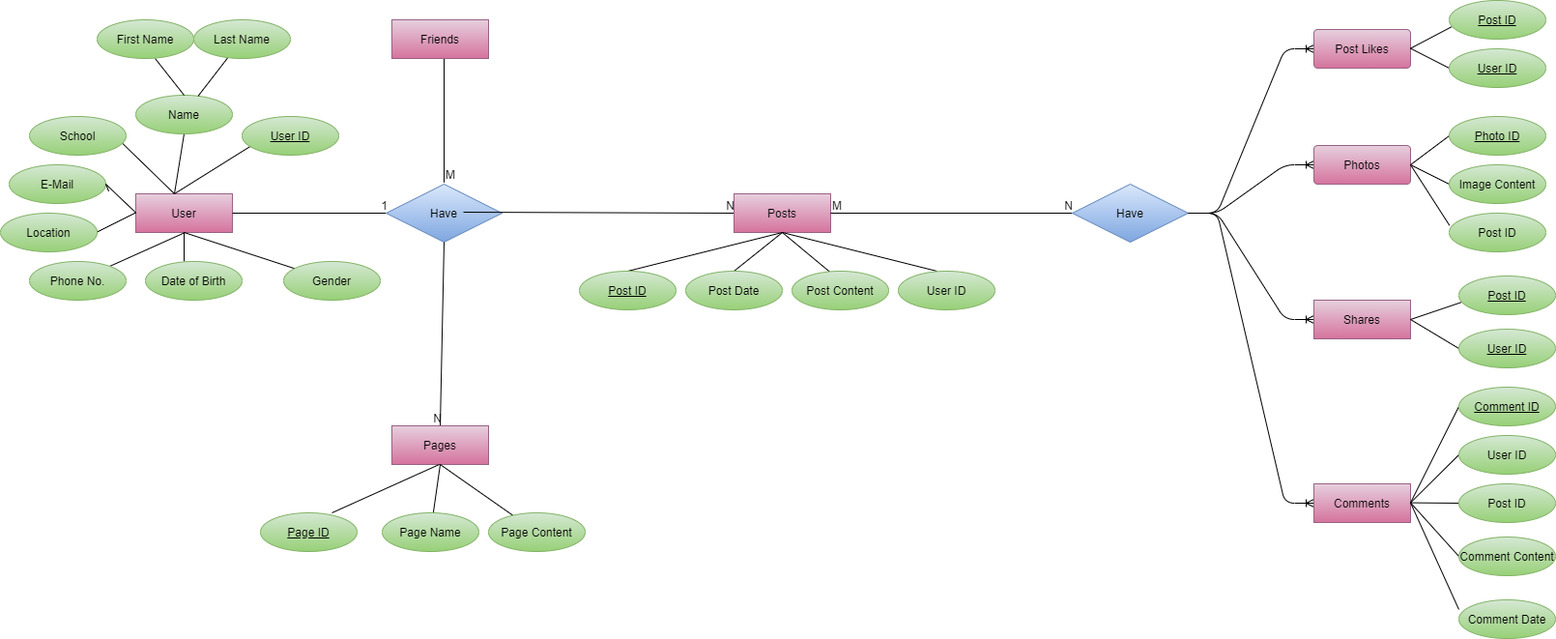
Above: ER Diagram/Social Media Database Management System.drawio.png in Abhishek4848/SocialMedia-Database-Management-System (draw.io), before the change. Source tidied: cells renumbered, new cells last; positions are measured from the earlier drawing's top-left corner, leaving out a move shared by most shapes.
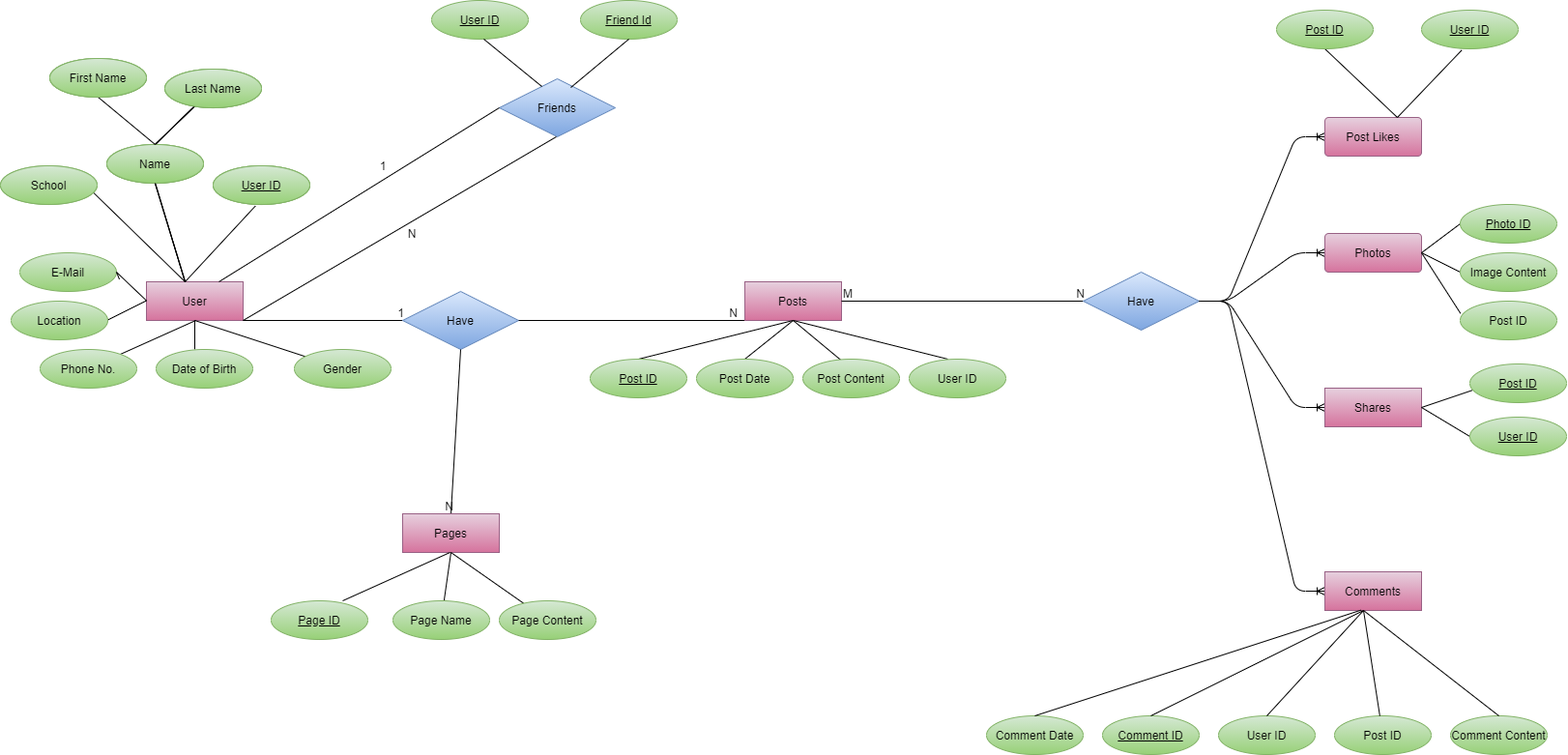
The same file after the commit.

What changed in the source:
```diff
@@ -5,14 +5,8 @@
     <mxCell id="2" value="User" style="whiteSpace=wrap;html=1;align=center;fillColor=#e6d0de;strokeColor=#996185;gradientColor=#d5739d;" parent="1" vertex="1">
       <mxGeometry x="140" y="200" width="100" height="40" as="geometry" />
     </mxCell>
-    <mxCell id="3" style="endArrow=none;html=1;rounded=0;" parent="1" edge="1">
-      <mxGeometry relative="1" as="geometry">
-        <mxPoint x="180" y="200" as="sourcePoint" />
-        <mxPoint x="260" y="150" as="targetPoint" />
-      </mxGeometry>
-    </mxCell>
     <mxCell id="4" value="User ID" style="ellipse;whiteSpace=wrap;html=1;align=center;fontStyle=4;fillColor=#d5e8d4;strokeColor=#82b366;gradientColor=#97d077;" parent="1" vertex="1">
-      <mxGeometry x="250" y="120" width="100" height="40" as="geometry" />
+      <mxGeometry x="209" y="80" width="100" height="40" as="geometry" />
     </mxCell>
     <mxCell id="5" style="endArrow=none;html=1;rounded=0;entryX=0.5;entryY=1;entryDx=0;entryDy=0;" parent="1" edge="1" target="6">
       <mxGeometry relative="1" as="geometry">
@@ -20,21 +14,16 @@
       </mxGeometry>
     </mxCell>
     <mxCell id="6" value="Name" style="ellipse;whiteSpace=wrap;html=1;align=center;fillColor=#d5e8d4;strokeColor=#82b366;gradientColor=#97d077;" parent="1" vertex="1">
-      <mxGeometry x="140" y="98" width="100" height="40" as="geometry" />
+      <mxGeometry x="99" y="58" width="100" height="40" as="geometry" />
     </mxCell>
     <mxCell id="7" style="endArrow=none;html=1;rounded=0;exitX=0.5;exitY=0;exitDx=0;exitDy=0;" parent="1" edge="1" source="6" target="8">
       <mxGeometry relative="1" as="geometry" />
     </mxCell>
     <mxCell id="8" value="Last Name" style="ellipse;whiteSpace=wrap;html=1;align=center;fillColor=#d5e8d4;strokeColor=#82b366;gradientColor=#97d077;" parent="1" vertex="1">
-      <mxGeometry x="200" y="20" width="100" height="40" as="geometry" />
+      <mxGeometry x="159" y="-20" width="100" height="40" as="geometry" />
     </mxCell>
-    <mxCell id="9" style="endArrow=none;html=1;rounded=0;entryX=0.5;entryY=0;entryDx=0;entryDy=0;" parent="1" edge="1" target="6">
-      <mxGeometry relative="1" as="geometry">
-        <mxPoint x="160" y="60" as="sourcePoint" />
-      </mxGeometry>
-    </mxCell>
     <mxCell id="10" value="First Name" style="ellipse;whiteSpace=wrap;html=1;align=center;fillColor=#d5e8d4;strokeColor=#82b366;gradientColor=#97d077;" parent="1" vertex="1">
-      <mxGeometry x="100" y="20" width="100" height="40" as="geometry" />
+      <mxGeometry x="40" y="-31" width="100" height="40" as="geometry" />
     </mxCell>
     <mxCell id="11" style="endArrow=none;html=1;rounded=0;exitX=0.962;exitY=0.695;exitDx=0;exitDy=0;exitPerimeter=0;" parent="1" edge="1" source="12">
       <mxGeometry relative="1" as="geometry">
@@ -42,7 +31,7 @@
       </mxGeometry>
     </mxCell>
     <mxCell id="12" value="School" style="ellipse;whiteSpace=wrap;html=1;align=center;fillColor=#d5e8d4;strokeColor=#82b366;gradientColor=#97d077;" parent="1" vertex="1">
-      <mxGeometry x="30" y="120" width="100" height="40" as="geometry" />
+      <mxGeometry x="-11" y="80" width="100" height="40" as="geometry" />
     </mxCell>
     <mxCell id="13" value="E-Mail" style="ellipse;whiteSpace=wrap;html=1;align=center;fillColor=#d5e8d4;strokeColor=#82b366;gradientColor=#97d077;" parent="1" vertex="1">
       <mxGeometry x="9" y="170" width="100" height="40" as="geometry" />
@@ -89,16 +78,14 @@
     <mxCell id="22" value="Gender" style="ellipse;whiteSpace=wrap;html=1;align=center;fillColor=#d5e8d4;strokeColor=#82b366;gradientColor=#97d077;" parent="1" vertex="1">
       <mxGeometry x="293" y="270" width="100" height="40" as="geometry" />
     </mxCell>
-    <mxCell id="23" style="endArrow=none;html=1;rounded=0;entryX=0;entryY=0.5;entryDx=0;entryDy=0;" parent="1" edge="1" target="25">
-      <mxGeometry relative="1" as="geometry">
-        <mxPoint x="240" y="220" as="sourcePoint" />
-      </mxGeometry>
+    <mxCell id="23" style="endArrow=none;html=1;rounded=0;entryX=0;entryY=0.5;entryDx=0;entryDy=0;exitX=1;exitY=1;exitDx=0;exitDy=0;" parent="1" edge="1" source="2" target="25">
+      <mxGeometry relative="1" as="geometry" />
     </mxCell>
     <mxCell id="24" value="1" style="html=1;align=right;verticalAlign=bottom;" parent="23" vertex="1">
       <mxGeometry x="1" relative="1" as="geometry" />
     </mxCell>
     <mxCell id="25" value="Have" style="shape=rhombus;perimeter=rhombusPerimeter;whiteSpace=wrap;html=1;align=center;fillColor=#dae8fc;strokeColor=#6c8ebf;gradientColor=#7ea6e0;" parent="1" vertex="1">
-      <mxGeometry x="399" y="190" width="120" height="60" as="geometry" />
+      <mxGeometry x="405" y="210" width="120" height="60" as="geometry" />
     </mxCell>
     <mxCell id="26" style="endArrow=none;html=1;rounded=0;exitX=0.5;exitY=1;exitDx=0;exitDy=0;entryX=0.5;entryY=0;entryDx=0;entryDy=0;" parent="1" edge="1" source="25" target="28">
       <mxGeometry relative="1" as="geometry" />
@@ -136,13 +123,13 @@
     <mxCell id="34" value="Page Content" style="ellipse;whiteSpace=wrap;html=1;align=center;gradientColor=#97d077;fillColor=#d5e8d4;strokeColor=#82b366;" parent="1" vertex="1">
       <mxGeometry x="505" y="530" width="100" height="40" as="geometry" />
     </mxCell>
-    <mxCell id="35" style="endArrow=none;html=1;rounded=0;entryX=0;entryY=0.5;entryDx=0;entryDy=0;" parent="1" edge="1" target="37">
-      <mxGeometry relative="1" as="geometry">
-        <mxPoint x="479" y="219" as="sourcePoint" />
-      </mxGeometry>
+    <mxCell id="35" style="endArrow=none;html=1;rounded=0;entryX=0;entryY=1;entryDx=0;entryDy=0;exitX=1;exitY=0.5;exitDx=0;exitDy=0;" parent="1" edge="1" source="25" target="37">
+      <mxGeometry relative="1" as="geometry" />
     </mxCell>
     <mxCell id="36" value="N" style="html=1;align=right;verticalAlign=bottom;" parent="35" vertex="1">
-      <mxGeometry x="1" relative="1" as="geometry" />
+      <mxGeometry x="1" relative="1" as="geometry">
+        <mxPoint x="-10" as="offset" />
+      </mxGeometry>
     </mxCell>
     <mxCell id="37" value="Posts" style="whiteSpace=wrap;html=1;align=center;gradientColor=#d5739d;fillColor=#e6d0de;strokeColor=#996185;" parent="1" vertex="1">
       <mxGeometry x="759" y="200" width="100" height="40" as="geometry" />
@@ -206,21 +193,17 @@
     <mxCell id="51" value="Post Likes" style="rounded=1;arcSize=10;whiteSpace=wrap;html=1;align=center;gradientColor=#d5739d;fillColor=#e6d0de;strokeColor=#996185;" parent="1" vertex="1">
       <mxGeometry x="1359" y="30" width="100" height="40" as="geometry" />
     </mxCell>
-    <mxCell id="52" style="endArrow=none;html=1;rounded=0;entryX=0.023;entryY=0.683;entryDx=0;entryDy=0;entryPerimeter=0;" parent="1" edge="1" target="53">
-      <mxGeometry relative="1" as="geometry">
-        <mxPoint x="1459" y="49.6" as="sourcePoint" />
-      </mxGeometry>
+    <mxCell id="52" style="endArrow=none;html=1;rounded=0;entryX=0.5;entryY=1;entryDx=0;entryDy=0;exitX=0.75;exitY=0;exitDx=0;exitDy=0;" parent="1" edge="1" source="51" target="53">
+      <mxGeometry relative="1" as="geometry" />
     </mxCell>
     <mxCell id="53" value="Post ID" style="ellipse;whiteSpace=wrap;html=1;align=center;fontStyle=4;gradientColor=#97d077;fillColor=#d5e8d4;strokeColor=#82b366;" parent="1" vertex="1">
-      <mxGeometry x="1499" width="100" height="40" as="geometry" />
+      <mxGeometry x="1309" y="-81" width="100" height="40" as="geometry" />
     </mxCell>
-    <mxCell id="54" style="endArrow=none;html=1;rounded=0;entryX=0;entryY=0.5;entryDx=0;entryDy=0;" parent="1" edge="1" target="55">
-      <mxGeometry relative="1" as="geometry">
-        <mxPoint x="1459" y="49.6" as="sourcePoint" />
-      </mxGeometry>
+    <mxCell id="54" style="endArrow=none;html=1;rounded=0;entryX=0.416;entryY=1.035;entryDx=0;entryDy=0;exitX=0.75;exitY=0;exitDx=0;exitDy=0;entryPerimeter=0;" parent="1" edge="1" source="51" target="55">
+      <mxGeometry relative="1" as="geometry" />
     </mxCell>
     <mxCell id="55" value="User ID" style="ellipse;whiteSpace=wrap;html=1;align=center;fontStyle=4;gradientColor=#97d077;fillColor=#d5e8d4;strokeColor=#82b366;" parent="1" vertex="1">
-      <mxGeometry x="1499" y="50" width="100" height="40" as="geometry" />
+      <mxGeometry x="1459" y="-81" width="100" height="40" as="geometry" />
     </mxCell>
     <mxCell id="56" style="edgeStyle=entityRelationEdgeStyle;fontSize=12;html=1;endArrow=ERoneToMany;entryX=0;entryY=0.5;entryDx=0;entryDy=0;" parent="1" edge="1" target="57">
       <mxGeometry relative="1" as="geometry">
@@ -283,64 +266,126 @@
     <mxCell id="71" value="Comments" style="whiteSpace=wrap;html=1;align=center;gradientColor=#d5739d;fillColor=#e6d0de;strokeColor=#996185;" parent="1" vertex="1">
       <mxGeometry x="1359" y="500" width="100" height="40" as="geometry" />
     </mxCell>
-    <mxCell id="72" style="endArrow=none;html=1;rounded=0;" parent="1" edge="1">
-      <mxGeometry relative="1" as="geometry">
-        <mxPoint x="1459" y="519.6" as="sourcePoint" />
-        <mxPoint x="1509" y="420" as="targetPoint" />
-      </mxGeometry>
-    </mxCell>
     <mxCell id="73" value="Comment ID" style="ellipse;whiteSpace=wrap;html=1;align=center;fontStyle=4;gradientColor=#97d077;fillColor=#d5e8d4;strokeColor=#82b366;" parent="1" vertex="1">
-      <mxGeometry x="1509" y="400" width="100" height="40" as="geometry" />
+      <mxGeometry x="1129" y="649" width="100" height="40" as="geometry" />
     </mxCell>
-    <mxCell id="74" style="endArrow=none;html=1;rounded=0;" parent="1" edge="1">
-      <mxGeometry relative="1" as="geometry">
-        <mxPoint x="1459" y="519.6" as="sourcePoint" />
-        <mxPoint x="1509" y="470" as="targetPoint" />
-      </mxGeometry>
-    </mxCell>
     <mxCell id="75" value="User ID" style="ellipse;whiteSpace=wrap;html=1;align=center;gradientColor=#97d077;fillColor=#d5e8d4;strokeColor=#82b366;" parent="1" vertex="1">
-      <mxGeometry x="1509" y="450" width="100" height="40" as="geometry" />
+      <mxGeometry x="1249" y="649" width="100" height="40" as="geometry" />
     </mxCell>
-    <mxCell id="76" style="endArrow=none;html=1;rounded=0;" parent="1" edge="1">
-      <mxGeometry relative="1" as="geometry">
-        <mxPoint x="1459" y="519.6" as="sourcePoint" />
-        <mxPoint x="1509" y="520" as="targetPoint" />
-      </mxGeometry>
-    </mxCell>
     <mxCell id="77" value="Post ID" style="ellipse;whiteSpace=wrap;html=1;align=center;gradientColor=#97d077;fillColor=#d5e8d4;strokeColor=#82b366;" parent="1" vertex="1">
-      <mxGeometry x="1509" y="500" width="100" height="40" as="geometry" />
+      <mxGeometry x="1369" y="649" width="100" height="40" as="geometry" />
     </mxCell>
-    <mxCell id="78" style="endArrow=none;html=1;rounded=0;entryX=0;entryY=0.5;entryDx=0;entryDy=0;" parent="1" edge="1" target="79">
-      <mxGeometry relative="1" as="geometry">
-        <mxPoint x="1459" y="519.6" as="sourcePoint" />
-      </mxGeometry>
-    </mxCell>
     <mxCell id="79" value="Comment Content" style="ellipse;whiteSpace=wrap;html=1;align=center;gradientColor=#97d077;fillColor=#d5e8d4;strokeColor=#82b366;" parent="1" vertex="1">
-      <mxGeometry x="1509" y="555" width="100" height="40" as="geometry" />
+      <mxGeometry x="1489" y="649" width="100" height="40" as="geometry" />
     </mxCell>
-    <mxCell id="80" style="endArrow=none;html=1;rounded=0;" parent="1" edge="1">
-      <mxGeometry relative="1" as="geometry">
-        <mxPoint x="1459" y="519.6" as="sourcePoint" />
-        <mxPoint x="1509" y="630" as="targetPoint" />
-      </mxGeometry>
-    </mxCell>
     <mxCell id="81" value="Comment Date" style="ellipse;whiteSpace=wrap;html=1;align=center;gradientColor=#97d077;fillColor=#d5e8d4;strokeColor=#82b366;" parent="1" vertex="1">
-      <mxGeometry x="1509" y="620" width="100" height="40" as="geometry" />
+      <mxGeometry x="1009" y="649" width="100" height="40" as="geometry" />
     </mxCell>
-    <mxCell id="82" style="endArrow=none;html=1;rounded=0;" parent="1" edge="1">
-      <mxGeometry relative="1" as="geometry">
-        <mxPoint x="459" y="188.3" as="sourcePoint" />
-        <mxPoint x="459" y="59" as="targetPoint" />
-      </mxGeometry>
-    </mxCell>
-    <mxCell id="83" value="M" style="html=1;align=left;verticalAlign=bottom;" parent="82" vertex="1">
-      <mxGeometry x="-1" relative="1" as="geometry" />
-    </mxCell>
+    <mxCell id="85" value="Friends" style="shape=rhombus;perimeter=rhombusPerimeter;whiteSpace=wrap;html=1;align=center;fillColor=#dae8fc;strokeColor=#6c8ebf;gradientColor=#7ea6e0;" parent="1" vertex="1">
+      <mxGeometry x="505" y="-10" width="120" height="60" as="geometry" />
+    </mxCell>
+    <mxCell id="86" value="User ID" style="ellipse;whiteSpace=wrap;html=1;align=center;fontStyle=4;fillColor=#d5e8d4;strokeColor=#82b366;gradientColor=#97d077;" parent="1" vertex="1">
+      <mxGeometry x="209" y="80" width="100" height="40" as="geometry" />
+    </mxCell>
+    <mxCell id="87" value="Name" style="ellipse;whiteSpace=wrap;html=1;align=center;fillColor=#d5e8d4;strokeColor=#82b366;gradientColor=#97d077;" parent="1" vertex="1">
+      <mxGeometry x="99" y="58" width="100" height="40" as="geometry" />
+    </mxCell>
+    <mxCell id="88" style="endArrow=none;html=1;rounded=0;exitX=0.5;exitY=0;exitDx=0;exitDy=0;" parent="1" edge="1" source="87" target="89">
+      <mxGeometry relative="1" as="geometry" />
+    </mxCell>
+    <mxCell id="89" value="Last Name" style="ellipse;whiteSpace=wrap;html=1;align=center;fillColor=#d5e8d4;strokeColor=#82b366;gradientColor=#97d077;" parent="1" vertex="1">
+      <mxGeometry x="159" y="-20" width="100" height="40" as="geometry" />
+    </mxCell>
+    <mxCell id="90" value="First Name" style="ellipse;whiteSpace=wrap;html=1;align=center;fillColor=#d5e8d4;strokeColor=#82b366;gradientColor=#97d077;" parent="1" vertex="1">
+      <mxGeometry x="40" y="-31" width="100" height="40" as="geometry" />
+    </mxCell>
+    <mxCell id="91" style="endArrow=none;html=1;rounded=0;entryX=0.5;entryY=1;entryDx=0;entryDy=0;" parent="1" edge="1" target="87">
+      <mxGeometry relative="1" as="geometry">
+        <mxPoint x="180" y="200" as="sourcePoint" />
+      </mxGeometry>
+    </mxCell>
+    <mxCell id="92" value="User ID" style="ellipse;whiteSpace=wrap;html=1;align=center;fontStyle=4;fillColor=#d5e8d4;strokeColor=#82b366;gradientColor=#97d077;" parent="1" vertex="1">
+      <mxGeometry x="209" y="80" width="100" height="40" as="geometry" />
+    </mxCell>
+    <mxCell id="93" value="Name" style="ellipse;whiteSpace=wrap;html=1;align=center;fillColor=#d5e8d4;strokeColor=#82b366;gradientColor=#97d077;" parent="1" vertex="1">
+      <mxGeometry x="99" y="58" width="100" height="40" as="geometry" />
+    </mxCell>
+    <mxCell id="94" style="endArrow=none;html=1;rounded=0;exitX=0.5;exitY=0;exitDx=0;exitDy=0;" parent="1" edge="1" source="93" target="95">
+      <mxGeometry relative="1" as="geometry" />
+    </mxCell>
+    <mxCell id="95" value="Last Name" style="ellipse;whiteSpace=wrap;html=1;align=center;fillColor=#d5e8d4;strokeColor=#82b366;gradientColor=#97d077;" parent="1" vertex="1">
+      <mxGeometry x="159" y="-20" width="100" height="40" as="geometry" />
+    </mxCell>
+    <mxCell id="96" style="endArrow=none;html=1;rounded=0;entryX=0.5;entryY=0;entryDx=0;entryDy=0;exitX=0.5;exitY=1;exitDx=0;exitDy=0;" parent="1" edge="1" source="97" target="93">
+      <mxGeometry relative="1" as="geometry" />
+    </mxCell>
+    <mxCell id="97" value="First Name" style="ellipse;whiteSpace=wrap;html=1;align=center;fillColor=#d5e8d4;strokeColor=#82b366;gradientColor=#97d077;" parent="1" vertex="1">
+      <mxGeometry x="40" y="-31" width="100" height="40" as="geometry" />
+    </mxCell>
+    <mxCell id="98" style="endArrow=none;html=1;rounded=0;entryX=0.437;entryY=1.04;entryDx=0;entryDy=0;entryPerimeter=0;" parent="1" edge="1" target="92">
+      <mxGeometry relative="1" as="geometry">
+        <mxPoint x="180" y="200" as="sourcePoint" />
+      </mxGeometry>
+    </mxCell>
+    <mxCell id="99" style="endArrow=none;html=1;rounded=0;entryX=0.5;entryY=1;entryDx=0;entryDy=0;" parent="1" edge="1" target="93">
+      <mxGeometry relative="1" as="geometry">
+        <mxPoint x="180" y="200" as="sourcePoint" />
+      </mxGeometry>
+    </mxCell>
+    <mxCell id="100" value="School" style="ellipse;whiteSpace=wrap;html=1;align=center;fillColor=#d5e8d4;strokeColor=#82b366;gradientColor=#97d077;" parent="1" vertex="1">
+      <mxGeometry x="-11" y="80" width="100" height="40" as="geometry" />
+    </mxCell>
+    <mxCell id="101" style="endArrow=none;html=1;entryX=0;entryY=0.5;entryDx=0;entryDy=0;exitX=0.75;exitY=0;exitDx=0;exitDy=0;" parent="1" edge="1" source="2" target="85">
+      <mxGeometry relative="1" as="geometry" />
+    </mxCell>
+    <mxCell id="102" style="endArrow=none;html=1;entryX=0;entryY=0.5;entryDx=0;entryDy=0;exitX=1;exitY=1;exitDx=0;exitDy=0;" parent="1" edge="1" source="2">
+      <mxGeometry relative="1" as="geometry">
+        <mxPoint x="564" y="50" as="targetPoint" />
+      </mxGeometry>
+    </mxCell>
+    <mxCell id="103" value="1" style="text;html=1;strokeColor=none;fillColor=none;align=center;verticalAlign=middle;whiteSpace=wrap;rounded=0;" parent="1" vertex="1">
+      <mxGeometry x="365" y="70" width="40" height="20" as="geometry" />
+    </mxCell>
-    <mxCell id="84" value="N" style="html=1;align=right;verticalAlign=bottom;" parent="82" vertex="1">
-      <mxGeometry x="1" relative="1" as="geometry" />
+    <mxCell id="84" value="N" style="text;html=1;strokeColor=none;fillColor=none;align=center;verticalAlign=middle;whiteSpace=wrap;rounded=0;" parent="1" vertex="1">
+      <mxGeometry x="395" y="140" width="40" height="20" as="geometry" />
     </mxCell>
-    <mxCell id="85" value="Friends" style="whiteSpace=wrap;html=1;align=center;gradientColor=#d5739d;fillColor=#e6d0de;strokeColor=#996185;" parent="1" vertex="1">
-      <mxGeometry x="405" y="20" width="100" height="40" as="geometry" />
-    </mxCell>
+    <mxCell id="104" value="User ID" style="ellipse;whiteSpace=wrap;html=1;align=center;fontStyle=4;fillColor=#d5e8d4;strokeColor=#82b366;gradientColor=#97d077;" parent="1" vertex="1">
+      <mxGeometry x="435" y="-91" width="100" height="40" as="geometry" />
+    </mxCell>
+    <mxCell id="105" value="Friend Id" style="ellipse;whiteSpace=wrap;html=1;align=center;fontStyle=4;fillColor=#d5e8d4;strokeColor=#82b366;gradientColor=#97d077;" parent="1" vertex="1">
+      <mxGeometry x="589" y="-91" width="100" height="40" as="geometry" />
+    </mxCell>
+    <mxCell id="106" style="endArrow=none;html=1;" parent="1" edge="1">
+      <mxGeometry relative="1" as="geometry">
+        <mxPoint x="579" y="-1" as="sourcePoint" />
+        <mxPoint x="639" y="-51" as="targetPoint" />
+      </mxGeometry>
+    </mxCell>
+    <mxCell id="107" style="endArrow=none;html=1;entryX=0.367;entryY=0.133;entryDx=0;entryDy=0;entryPerimeter=0;" parent="1" edge="1" target="85">
+      <mxGeometry relative="1" as="geometry">
+        <mxPoint x="489" y="-51" as="sourcePoint" />
+      </mxGeometry>
+    </mxCell>
+    <mxCell id="108" style="endArrow=none;html=1;exitX=0.5;exitY=0;exitDx=0;exitDy=0;entryX=0.376;entryY=0.99;entryDx=0;entryDy=0;entryPerimeter=0;" parent="1" edge="1" source="81" target="71">
+      <mxGeometry relative="1" as="geometry" />
+    </mxCell>
+    <mxCell id="109" style="endArrow=none;html=1;exitX=0.5;exitY=0;exitDx=0;exitDy=0;entryX=0.392;entryY=1.01;entryDx=0;entryDy=0;entryPerimeter=0;" parent="1" edge="1" source="73" target="71">
+      <mxGeometry relative="1" as="geometry" />
+    </mxCell>
+    <mxCell id="110" style="endArrow=none;html=1;exitX=0.5;exitY=0;exitDx=0;exitDy=0;" parent="1" edge="1" source="75">
+      <mxGeometry relative="1" as="geometry">
+        <mxPoint x="1399" y="540" as="targetPoint" />
+      </mxGeometry>
+    </mxCell>
+    <mxCell id="111" style="endArrow=none;html=1;" parent="1" edge="1" source="77">
+      <mxGeometry relative="1" as="geometry">
+        <mxPoint x="1399" y="540" as="targetPoint" />
+      </mxGeometry>
+    </mxCell>
+    <mxCell id="112" style="endArrow=none;html=1;exitX=0.5;exitY=0;exitDx=0;exitDy=0;" parent="1" edge="1" source="79">
+      <mxGeometry relative="1" as="geometry">
+        <mxPoint x="1399" y="540" as="targetPoint" />
+      </mxGeometry>
+    </mxCell>
   </root>
 </mxGraphModel>
```
